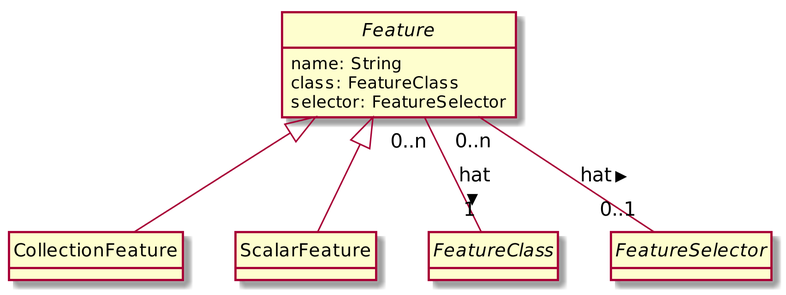
TheGreyKoala/master-thesis keeps this PlantUML diagram as src/main/resources/dsl/features.png. Above is the earlier version.
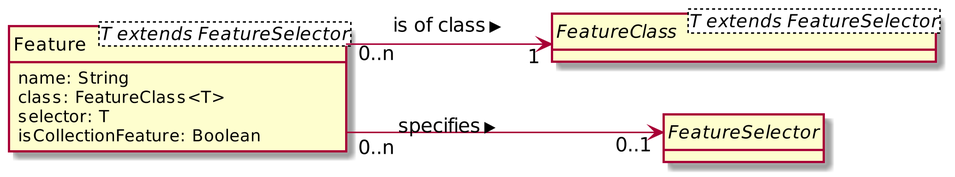
The same file after the commit.

Diff of the diagram source:
```diff
@@ -2,20 +2,19 @@
 hide circle
 hide empty methods
 scale 3.25
+left to right direction
+skinparam linetype ortho
 
-class CollectionFeature
-abstract class Feature {
+class Feature<T extends FeatureSelector> {
     name: String
-    class: FeatureClass
-    selector: FeatureSelector
+    class: FeatureClass<T>
+    selector: T
+    isCollectionFeature: Boolean
 }
-class ScalarFeature
 
-abstract class FeatureClass
+abstract class FeatureClass<T extends FeatureSelector>
 abstract class FeatureSelector
 
-Feature <|-- CollectionFeature
-Feature "0..n" -- "1" FeatureClass : > hat
-Feature "0..n" -- "0..1" FeatureSelector : > hat
-Feature <|-- ScalarFeature
+Feature "0..n" --> "1" FeatureClass : > is of class
+Feature "0..n" --> "0..1" FeatureSelector : > specifies
 @enduml
```
